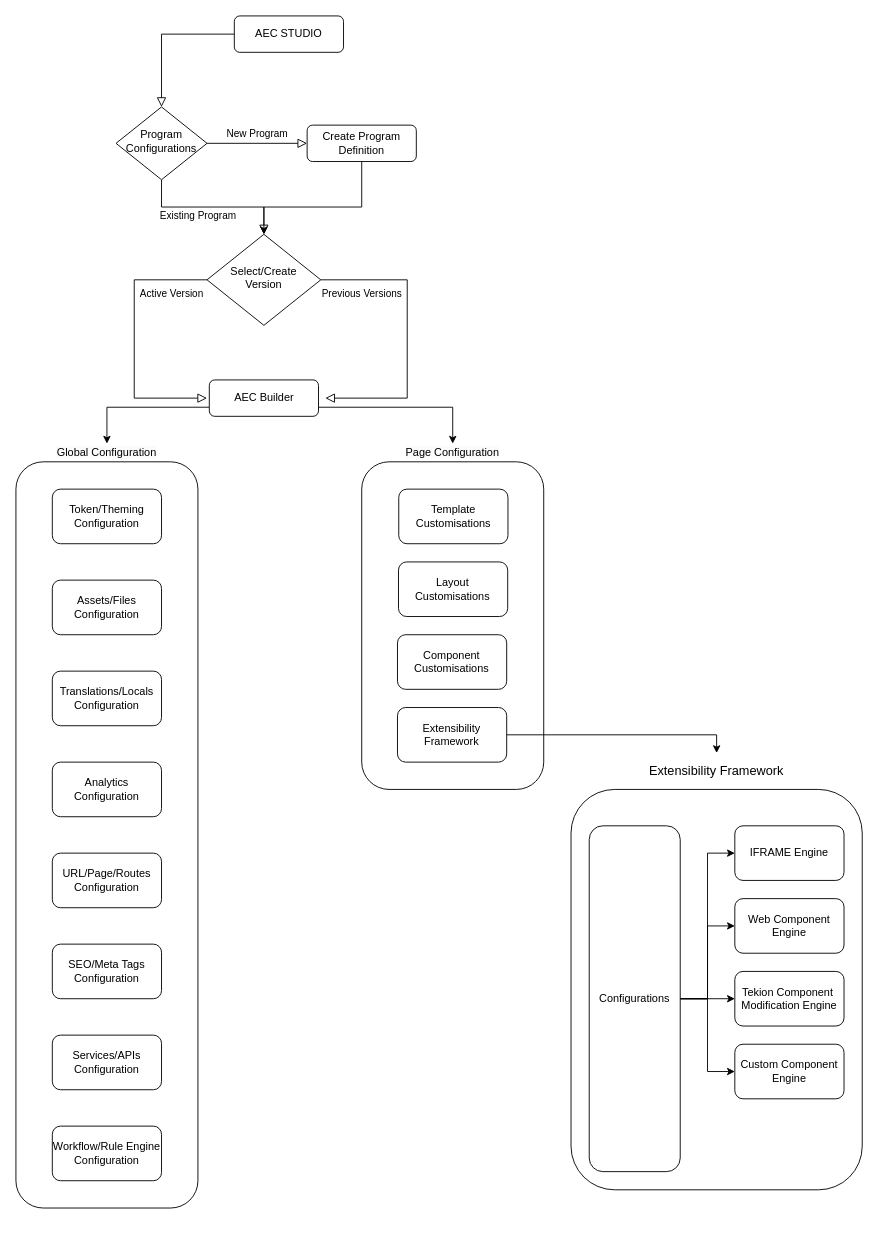
Earlier version of the draw.io diagram AEC-Studio.drawio (ssharifdev/draw.io). Source tidied: cells renumbered, new cells numbered last; positions are measured from the earlier drawing's top-left corner, leaving out a move shared by most shapes. Both pictures are drawn from the tidied source at 91%, with x=0, y=0 at pixel (15, 15).
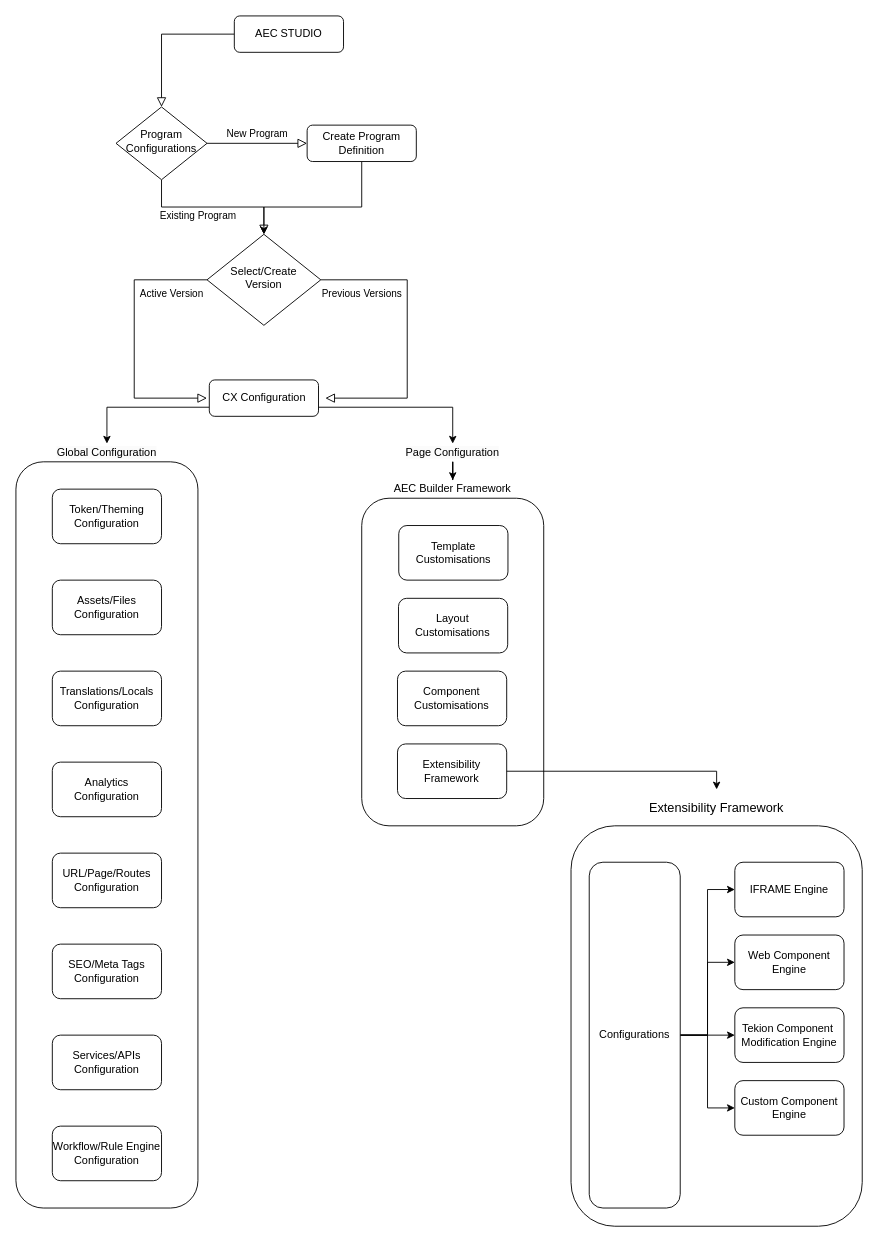
Above is the later version.

Unchanged cells that the change refers to:
```xml
<mxCell id="32" value="&lt;br&gt;&lt;span style=&quot;color: rgb(0, 0, 0); font-family: Helvetica; font-size: 12px; font-style: normal; font-variant-ligatures: normal; font-variant-caps: normal; font-weight: 400; letter-spacing: normal; orphans: 2; text-align: center; text-indent: 0px; text-transform: none; widows: 2; word-spacing: 0px; -webkit-text-stroke-width: 0px; white-space: normal; background-color: rgb(251, 251, 251); text-decoration-thickness: initial; text-decoration-style: initial; text-decoration-color: initial; display: inline !important; float: none;&quot;&gt;Page Configuration&lt;/span&gt;&lt;div&gt;&lt;br/&gt;&lt;/div&gt;" style="text;html=1;align=center;verticalAlign=middle;whiteSpace=wrap;rounded=0;" parent="1" vertex="1">
  <mxGeometry x="380" y="470" width="200" height="20" as="geometry" />
</mxCell>
```

What changed in the source:
```diff
@@
-    <mxCell id="17" value="AEC Builder" style="rounded=1;whiteSpace=wrap;html=1;fontSize=12;glass=0;strokeWidth=1;shadow=0;" parent="1" vertex="1">
+    <mxCell id="17" value="CX Configuration" style="rounded=1;whiteSpace=wrap;html=1;fontSize=12;glass=0;strokeWidth=1;shadow=0;" parent="1" vertex="1">
       <mxGeometry x="212.5" y="400" width="120" height="40" as="geometry" />
     </mxCell>
     <mxCell id="18" style="group;" parent="1" vertex="1">
-      <mxGeometry x="380" y="490" width="200" height="360" as="geometry" />
+      <mxGeometry x="380" y="530" width="200" height="360" as="geometry" />
     </mxCell>
@@
+    <mxCell id="46" style="edgeStyle=orthogonalEdgeStyle;rounded=0;jettySize=auto;html=1;entryX=0.5;entryY=0;entryDx=0;entryDy=0;" parent="1" edge="1" source="32" target="47">
+      <mxGeometry relative="1" as="geometry" />
+    </mxCell>
@@
     <mxCell id="33" style="group;fillColor=none;rounded=1;" parent="1" vertex="1">
-      <mxGeometry x="610" y="820" width="320" height="470" as="geometry" />
+      <mxGeometry x="610" y="860" width="320" height="470" as="geometry" />
     </mxCell>
@@
+    <mxCell id="47" value="&lt;div&gt;AEC Builder Framework&lt;/div&gt;" style="text;html=1;align=center;verticalAlign=middle;whiteSpace=wrap;rounded=0;" parent="1" vertex="1">
+      <mxGeometry x="380" y="510" width="200" height="20" as="geometry" />
+    </mxCell>
```
